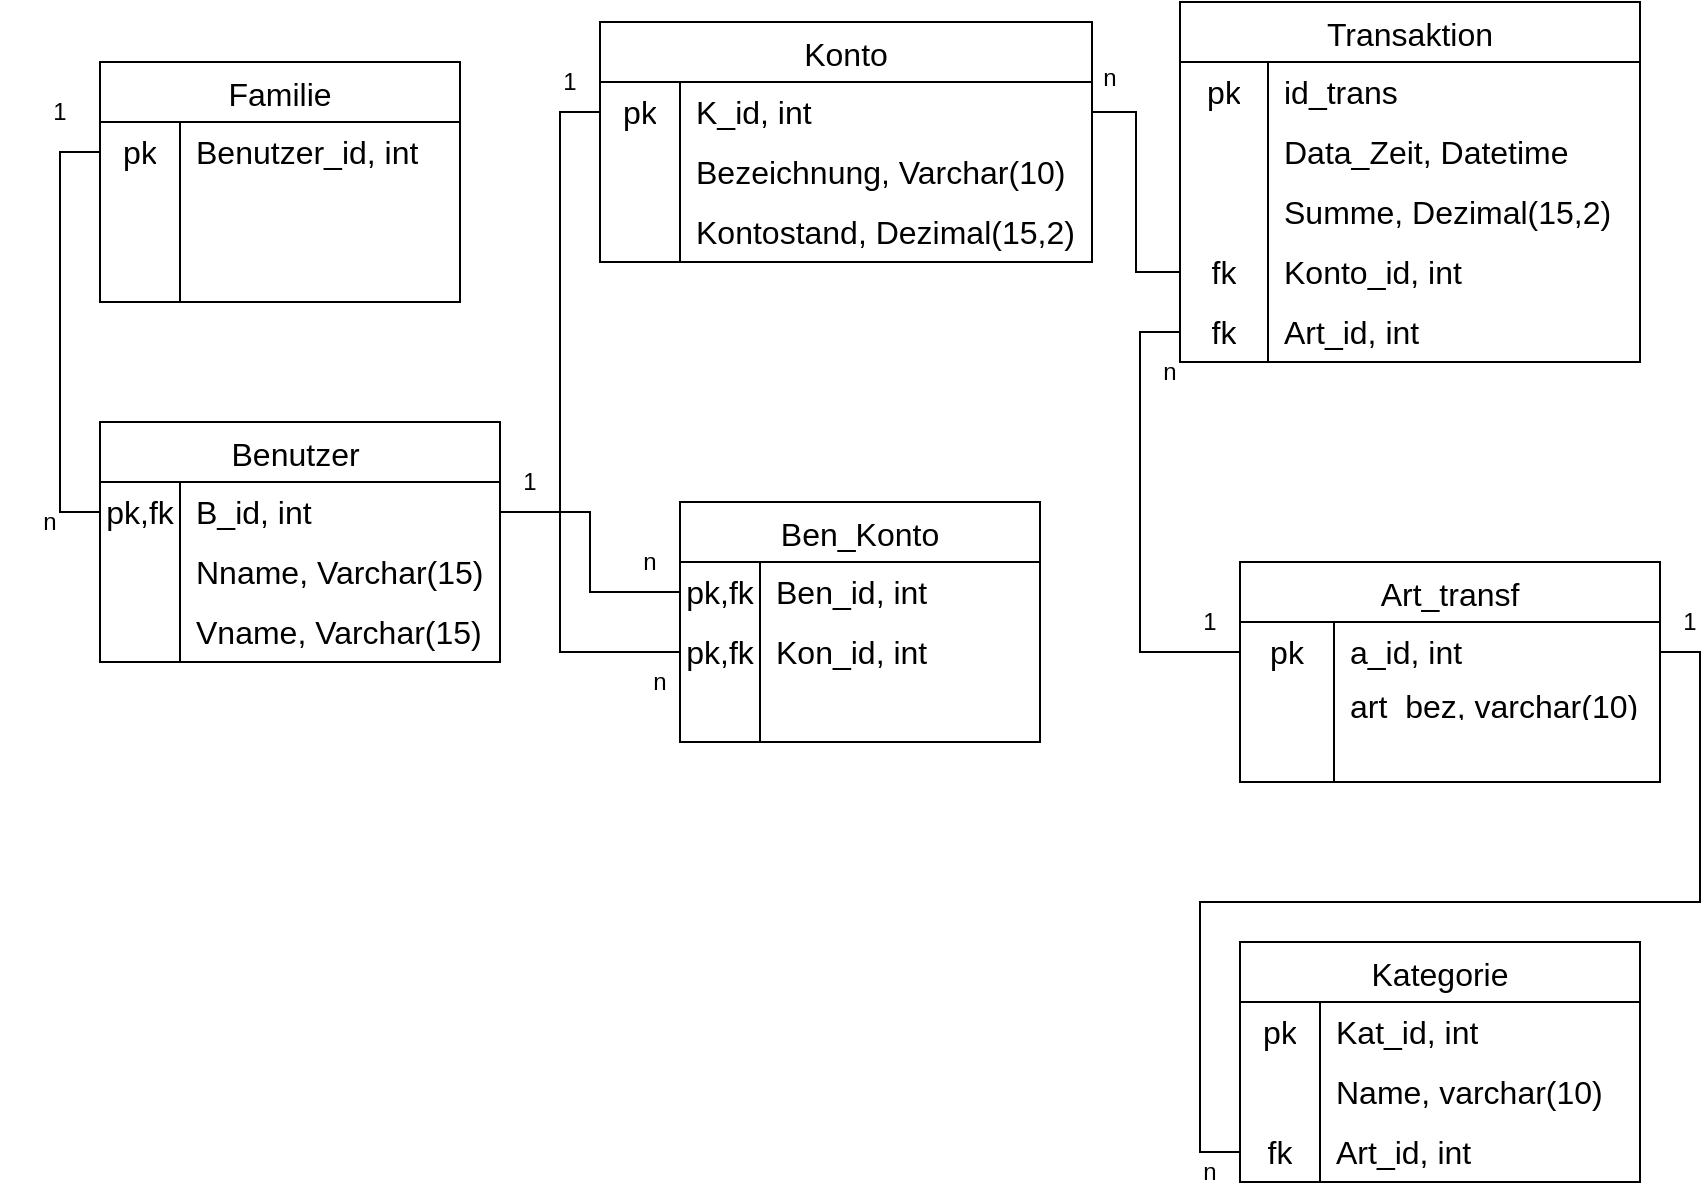
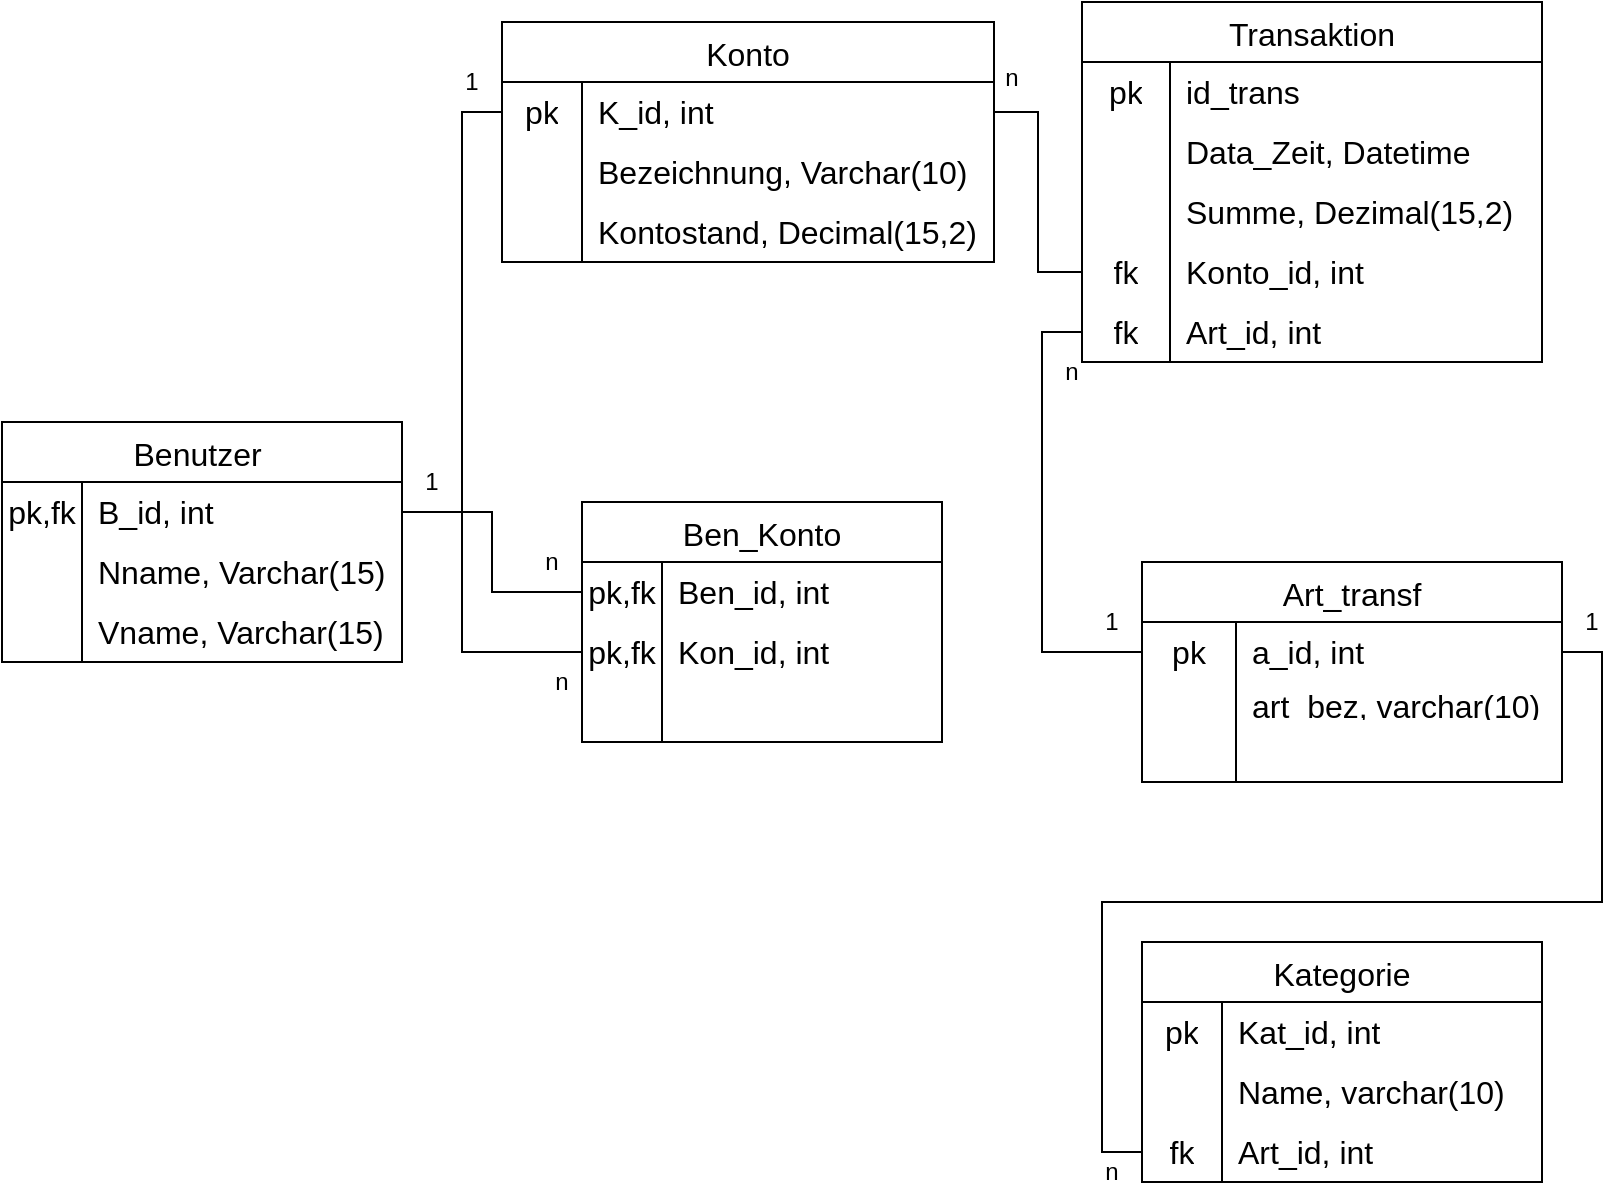
<mxfile host="app.diagrams.net">
  <diagram name="Seite-1" id="xPv2AC1nwmg8GyKB69Yi">
    <mxGraphModel dx="1537" dy="936" grid="1" gridSize="10" guides="1" tooltips="1" connect="1" arrows="1" fold="1" page="1" pageScale="1" pageWidth="827" pageHeight="1169" math="0" shadow="0">
      <root>
        <mxCell id="0" />
        <mxCell id="1" parent="0" />
-         <mxCell id="_DhCgDT5A8rUitMqF_tN-1" parent="1" style="shape=table;startSize=30;container=1;collapsible=0;childLayout=tableLayout;fixedRows=1;rowLines=0;fontStyle=0;strokeColor=default;fontSize=16;" value="Familie" vertex="1">
-           <mxGeometry height="120" width="180" x="70" y="210" as="geometry" />
-         </mxCell>
-         <mxCell id="_DhCgDT5A8rUitMqF_tN-2" parent="_DhCgDT5A8rUitMqF_tN-1" style="shape=tableRow;horizontal=0;startSize=0;swimlaneHead=0;swimlaneBody=0;top=0;left=0;bottom=0;right=0;collapsible=0;dropTarget=0;fillColor=none;points=[[0,0.5],[1,0.5]];portConstraint=eastwest;strokeColor=inherit;fontSize=16;" value="" vertex="1">
-           <mxGeometry height="30" width="180" y="30" as="geometry" />
-         </mxCell>
-         <mxCell id="_DhCgDT5A8rUitMqF_tN-3" parent="_DhCgDT5A8rUitMqF_tN-2" style="shape=partialRectangle;html=1;whiteSpace=wrap;connectable=0;fillColor=none;top=0;left=0;bottom=0;right=0;overflow=hidden;pointerEvents=1;strokeColor=inherit;fontSize=16;" value="pk" vertex="1">
-           <mxGeometry height="30" width="40" as="geometry">
-             <mxRectangle height="30" width="40" as="alternateBounds" />
-           </mxGeometry>
-         </mxCell>
-         <mxCell id="_DhCgDT5A8rUitMqF_tN-4" parent="_DhCgDT5A8rUitMqF_tN-2" style="shape=partialRectangle;html=1;whiteSpace=wrap;connectable=0;fillColor=none;top=0;left=0;bottom=0;right=0;align=left;spacingLeft=6;overflow=hidden;strokeColor=inherit;fontSize=16;" value="Benutzer_id, int" vertex="1">
-           <mxGeometry height="30" width="140" x="40" as="geometry">
-             <mxRectangle height="30" width="140" as="alternateBounds" />
-           </mxGeometry>
-         </mxCell>
-         <mxCell id="_DhCgDT5A8rUitMqF_tN-5" parent="_DhCgDT5A8rUitMqF_tN-1" style="shape=tableRow;horizontal=0;startSize=0;swimlaneHead=0;swimlaneBody=0;top=0;left=0;bottom=0;right=0;collapsible=0;dropTarget=0;fillColor=none;points=[[0,0.5],[1,0.5]];portConstraint=eastwest;strokeColor=inherit;fontSize=16;" value="" vertex="1">
-           <mxGeometry height="30" width="180" y="60" as="geometry" />
-         </mxCell>
-         <mxCell id="_DhCgDT5A8rUitMqF_tN-6" parent="_DhCgDT5A8rUitMqF_tN-5" style="shape=partialRectangle;html=1;whiteSpace=wrap;connectable=0;fillColor=none;top=0;left=0;bottom=0;right=0;overflow=hidden;strokeColor=inherit;fontSize=16;" value="" vertex="1">
-           <mxGeometry height="30" width="40" as="geometry">
-             <mxRectangle height="30" width="40" as="alternateBounds" />
-           </mxGeometry>
-         </mxCell>
-         <mxCell id="_DhCgDT5A8rUitMqF_tN-7" parent="_DhCgDT5A8rUitMqF_tN-5" style="shape=partialRectangle;html=1;whiteSpace=wrap;connectable=0;fillColor=none;top=0;left=0;bottom=0;right=0;align=left;spacingLeft=6;overflow=hidden;strokeColor=inherit;fontSize=16;" value="" vertex="1">
-           <mxGeometry height="30" width="140" x="40" as="geometry">
-             <mxRectangle height="30" width="140" as="alternateBounds" />
-           </mxGeometry>
-         </mxCell>
-         <mxCell id="_DhCgDT5A8rUitMqF_tN-8" parent="_DhCgDT5A8rUitMqF_tN-1" style="shape=tableRow;horizontal=0;startSize=0;swimlaneHead=0;swimlaneBody=0;top=0;left=0;bottom=0;right=0;collapsible=0;dropTarget=0;fillColor=none;points=[[0,0.5],[1,0.5]];portConstraint=eastwest;strokeColor=inherit;fontSize=16;" value="" vertex="1">
-           <mxGeometry height="30" width="180" y="90" as="geometry" />
-         </mxCell>
-         <mxCell id="_DhCgDT5A8rUitMqF_tN-9" parent="_DhCgDT5A8rUitMqF_tN-8" style="shape=partialRectangle;html=1;whiteSpace=wrap;connectable=0;fillColor=none;top=0;left=0;bottom=0;right=0;overflow=hidden;strokeColor=inherit;fontSize=16;" value="" vertex="1">
-           <mxGeometry height="30" width="40" as="geometry">
-             <mxRectangle height="30" width="40" as="alternateBounds" />
-           </mxGeometry>
-         </mxCell>
-         <mxCell id="_DhCgDT5A8rUitMqF_tN-10" parent="_DhCgDT5A8rUitMqF_tN-8" style="shape=partialRectangle;html=1;whiteSpace=wrap;connectable=0;fillColor=none;top=0;left=0;bottom=0;right=0;align=left;spacingLeft=6;overflow=hidden;strokeColor=inherit;fontSize=16;" value="" vertex="1">
-           <mxGeometry height="30" width="140" x="40" as="geometry">
-             <mxRectangle height="30" width="140" as="alternateBounds" />
-           </mxGeometry>
-         </mxCell>
        <mxCell id="_DhCgDT5A8rUitMqF_tN-11" parent="1" style="shape=table;startSize=30;container=1;collapsible=0;childLayout=tableLayout;fixedRows=1;rowLines=0;fontStyle=0;strokeColor=default;fontSize=16;" value="Benutzer " vertex="1">
          <mxGeometry height="120" width="200" x="70" y="390" as="geometry" />
        </mxCell>
        <mxCell id="_DhCgDT5A8rUitMqF_tN-12" parent="_DhCgDT5A8rUitMqF_tN-11" style="shape=tableRow;horizontal=0;startSize=0;swimlaneHead=0;swimlaneBody=0;top=0;left=0;bottom=0;right=0;collapsible=0;dropTarget=0;fillColor=none;points=[[0,0.5],[1,0.5]];portConstraint=eastwest;strokeColor=inherit;fontSize=16;" value="" vertex="1">
          <mxGeometry height="30" width="200" y="30" as="geometry" />
        </mxCell>
        <mxCell id="_DhCgDT5A8rUitMqF_tN-13" parent="_DhCgDT5A8rUitMqF_tN-12" style="shape=partialRectangle;html=1;whiteSpace=wrap;connectable=0;fillColor=none;top=0;left=0;bottom=0;right=0;overflow=hidden;pointerEvents=1;strokeColor=inherit;fontSize=16;" value="pk,fk" vertex="1">
          <mxGeometry height="30" width="40" as="geometry">
            <mxRectangle height="30" width="40" as="alternateBounds" />
          </mxGeometry>
        </mxCell>
        <mxCell id="_DhCgDT5A8rUitMqF_tN-14" parent="_DhCgDT5A8rUitMqF_tN-12" style="shape=partialRectangle;html=1;whiteSpace=wrap;connectable=0;fillColor=none;top=0;left=0;bottom=0;right=0;align=left;spacingLeft=6;overflow=hidden;strokeColor=inherit;fontSize=16;" value="B_id, int" vertex="1">
          <mxGeometry height="30" width="160" x="40" as="geometry">
            <mxRectangle height="30" width="160" as="alternateBounds" />
          </mxGeometry>
        </mxCell>
        <mxCell id="_DhCgDT5A8rUitMqF_tN-15" parent="_DhCgDT5A8rUitMqF_tN-11" style="shape=tableRow;horizontal=0;startSize=0;swimlaneHead=0;swimlaneBody=0;top=0;left=0;bottom=0;right=0;collapsible=0;dropTarget=0;fillColor=none;points=[[0,0.5],[1,0.5]];portConstraint=eastwest;strokeColor=inherit;fontSize=16;" value="" vertex="1">
          <mxGeometry height="30" width="200" y="60" as="geometry" />
        </mxCell>
        <mxCell id="_DhCgDT5A8rUitMqF_tN-16" parent="_DhCgDT5A8rUitMqF_tN-15" style="shape=partialRectangle;html=1;whiteSpace=wrap;connectable=0;fillColor=none;top=0;left=0;bottom=0;right=0;overflow=hidden;strokeColor=inherit;fontSize=16;" value="" vertex="1">
          <mxGeometry height="30" width="40" as="geometry">
            <mxRectangle height="30" width="40" as="alternateBounds" />
          </mxGeometry>
        </mxCell>
        <mxCell id="_DhCgDT5A8rUitMqF_tN-17" parent="_DhCgDT5A8rUitMqF_tN-15" style="shape=partialRectangle;html=1;whiteSpace=wrap;connectable=0;fillColor=none;top=0;left=0;bottom=0;right=0;align=left;spacingLeft=6;overflow=hidden;strokeColor=inherit;fontSize=16;" value="Nname, Varchar(15)" vertex="1">
          <mxGeometry height="30" width="160" x="40" as="geometry">
            <mxRectangle height="30" width="160" as="alternateBounds" />
          </mxGeometry>
        </mxCell>
        <mxCell id="_DhCgDT5A8rUitMqF_tN-18" parent="_DhCgDT5A8rUitMqF_tN-11" style="shape=tableRow;horizontal=0;startSize=0;swimlaneHead=0;swimlaneBody=0;top=0;left=0;bottom=0;right=0;collapsible=0;dropTarget=0;fillColor=none;points=[[0,0.5],[1,0.5]];portConstraint=eastwest;strokeColor=inherit;fontSize=16;" value="" vertex="1">
          <mxGeometry height="30" width="200" y="90" as="geometry" />
        </mxCell>
        <mxCell id="_DhCgDT5A8rUitMqF_tN-19" parent="_DhCgDT5A8rUitMqF_tN-18" style="shape=partialRectangle;html=1;whiteSpace=wrap;connectable=0;fillColor=none;top=0;left=0;bottom=0;right=0;overflow=hidden;strokeColor=inherit;fontSize=16;" value="" vertex="1">
          <mxGeometry height="30" width="40" as="geometry">
            <mxRectangle height="30" width="40" as="alternateBounds" />
          </mxGeometry>
        </mxCell>
        <mxCell id="_DhCgDT5A8rUitMqF_tN-20" parent="_DhCgDT5A8rUitMqF_tN-18" style="shape=partialRectangle;html=1;whiteSpace=wrap;connectable=0;fillColor=none;top=0;left=0;bottom=0;right=0;align=left;spacingLeft=6;overflow=hidden;strokeColor=inherit;fontSize=16;" value="Vname, Varchar(15)" vertex="1">
          <mxGeometry height="30" width="160" x="40" as="geometry">
            <mxRectangle height="30" width="160" as="alternateBounds" />
          </mxGeometry>
-         </mxCell>
-         <mxCell id="_DhCgDT5A8rUitMqF_tN-21" edge="1" parent="1" source="_DhCgDT5A8rUitMqF_tN-2" style="edgeStyle=orthogonalEdgeStyle;rounded=0;orthogonalLoop=1;jettySize=auto;html=1;entryX=0;entryY=0.5;entryDx=0;entryDy=0;exitX=0;exitY=0.5;exitDx=0;exitDy=0;endArrow=none;endFill=0;" target="_DhCgDT5A8rUitMqF_tN-12">
-           <mxGeometry relative="1" as="geometry" />
-         </mxCell>
-         <mxCell id="_DhCgDT5A8rUitMqF_tN-22" parent="1" style="text;html=1;whiteSpace=wrap;strokeColor=none;fillColor=none;align=center;verticalAlign=middle;rounded=0;" value="1" vertex="1">
-           <mxGeometry height="30" width="60" x="20" y="220" as="geometry" />
-         </mxCell>
-         <mxCell id="_DhCgDT5A8rUitMqF_tN-23" parent="1" style="text;html=1;whiteSpace=wrap;strokeColor=none;fillColor=none;align=center;verticalAlign=middle;rounded=0;" value="n" vertex="1">
-           <mxGeometry height="20" width="30" x="30" y="430" as="geometry" />
        </mxCell>
        <mxCell id="_DhCgDT5A8rUitMqF_tN-24" parent="1" style="shape=table;startSize=30;container=1;collapsible=0;childLayout=tableLayout;fixedRows=1;rowLines=0;fontStyle=0;strokeColor=default;fontSize=16;" value="Ben_Konto" vertex="1">
          <mxGeometry height="120" width="180" x="360" y="430" as="geometry" />
        </mxCell>
        <mxCell id="_DhCgDT5A8rUitMqF_tN-25" parent="_DhCgDT5A8rUitMqF_tN-24" style="shape=tableRow;horizontal=0;startSize=0;swimlaneHead=0;swimlaneBody=0;top=0;left=0;bottom=0;right=0;collapsible=0;dropTarget=0;fillColor=none;points=[[0,0.5],[1,0.5]];portConstraint=eastwest;strokeColor=inherit;fontSize=16;" value="" vertex="1">
          <mxGeometry height="30" width="180" y="30" as="geometry" />
        </mxCell>
        <mxCell id="_DhCgDT5A8rUitMqF_tN-26" parent="_DhCgDT5A8rUitMqF_tN-25" style="shape=partialRectangle;html=1;whiteSpace=wrap;connectable=0;fillColor=none;top=0;left=0;bottom=0;right=0;overflow=hidden;pointerEvents=1;strokeColor=inherit;fontSize=16;" value="pk,fk" vertex="1">
          <mxGeometry height="30" width="40" as="geometry">
            <mxRectangle height="30" width="40" as="alternateBounds" />
          </mxGeometry>
        </mxCell>
        <mxCell id="_DhCgDT5A8rUitMqF_tN-27" parent="_DhCgDT5A8rUitMqF_tN-25" style="shape=partialRectangle;html=1;whiteSpace=wrap;connectable=0;fillColor=none;top=0;left=0;bottom=0;right=0;align=left;spacingLeft=6;overflow=hidden;strokeColor=inherit;fontSize=16;" value="Ben_id, int" vertex="1">
          <mxGeometry height="30" width="140" x="40" as="geometry">
            <mxRectangle height="30" width="140" as="alternateBounds" />
          </mxGeometry>
        </mxCell>
        <mxCell id="_DhCgDT5A8rUitMqF_tN-28" parent="_DhCgDT5A8rUitMqF_tN-24" style="shape=tableRow;horizontal=0;startSize=0;swimlaneHead=0;swimlaneBody=0;top=0;left=0;bottom=0;right=0;collapsible=0;dropTarget=0;fillColor=none;points=[[0,0.5],[1,0.5]];portConstraint=eastwest;strokeColor=inherit;fontSize=16;" value="" vertex="1">
          <mxGeometry height="30" width="180" y="60" as="geometry" />
        </mxCell>
        <mxCell id="_DhCgDT5A8rUitMqF_tN-29" parent="_DhCgDT5A8rUitMqF_tN-28" style="shape=partialRectangle;html=1;whiteSpace=wrap;connectable=0;fillColor=none;top=0;left=0;bottom=0;right=0;overflow=hidden;strokeColor=inherit;fontSize=16;" value="pk,fk" vertex="1">
          <mxGeometry height="30" width="40" as="geometry">
            <mxRectangle height="30" width="40" as="alternateBounds" />
          </mxGeometry>
        </mxCell>
        <mxCell id="_DhCgDT5A8rUitMqF_tN-30" parent="_DhCgDT5A8rUitMqF_tN-28" style="shape=partialRectangle;html=1;whiteSpace=wrap;connectable=0;fillColor=none;top=0;left=0;bottom=0;right=0;align=left;spacingLeft=6;overflow=hidden;strokeColor=inherit;fontSize=16;" value="Kon_id, int" vertex="1">
          <mxGeometry height="30" width="140" x="40" as="geometry">
            <mxRectangle height="30" width="140" as="alternateBounds" />
          </mxGeometry>
        </mxCell>
        <mxCell id="_DhCgDT5A8rUitMqF_tN-31" parent="_DhCgDT5A8rUitMqF_tN-24" style="shape=tableRow;horizontal=0;startSize=0;swimlaneHead=0;swimlaneBody=0;top=0;left=0;bottom=0;right=0;collapsible=0;dropTarget=0;fillColor=none;points=[[0,0.5],[1,0.5]];portConstraint=eastwest;strokeColor=inherit;fontSize=16;" value="" vertex="1">
          <mxGeometry height="30" width="180" y="90" as="geometry" />
        </mxCell>
        <mxCell id="_DhCgDT5A8rUitMqF_tN-32" parent="_DhCgDT5A8rUitMqF_tN-31" style="shape=partialRectangle;html=1;whiteSpace=wrap;connectable=0;fillColor=none;top=0;left=0;bottom=0;right=0;overflow=hidden;strokeColor=inherit;fontSize=16;" value="" vertex="1">
          <mxGeometry height="30" width="40" as="geometry">
            <mxRectangle height="30" width="40" as="alternateBounds" />
          </mxGeometry>
        </mxCell>
        <mxCell id="_DhCgDT5A8rUitMqF_tN-33" parent="_DhCgDT5A8rUitMqF_tN-31" style="shape=partialRectangle;html=1;whiteSpace=wrap;connectable=0;fillColor=none;top=0;left=0;bottom=0;right=0;align=left;spacingLeft=6;overflow=hidden;strokeColor=inherit;fontSize=16;" value="" vertex="1">
          <mxGeometry height="30" width="140" x="40" as="geometry">
            <mxRectangle height="30" width="140" as="alternateBounds" />
          </mxGeometry>
        </mxCell>
        <mxCell id="_DhCgDT5A8rUitMqF_tN-34" parent="1" style="shape=table;startSize=30;container=1;collapsible=0;childLayout=tableLayout;fixedRows=1;rowLines=0;fontStyle=0;strokeColor=default;fontSize=16;" value="Konto" vertex="1">
          <mxGeometry height="120" width="246" x="320" y="190" as="geometry" />
        </mxCell>
        <mxCell id="_DhCgDT5A8rUitMqF_tN-35" parent="_DhCgDT5A8rUitMqF_tN-34" style="shape=tableRow;horizontal=0;startSize=0;swimlaneHead=0;swimlaneBody=0;top=0;left=0;bottom=0;right=0;collapsible=0;dropTarget=0;fillColor=none;points=[[0,0.5],[1,0.5]];portConstraint=eastwest;strokeColor=inherit;fontSize=16;" value="" vertex="1">
          <mxGeometry height="30" width="246" y="30" as="geometry" />
        </mxCell>
        <mxCell id="_DhCgDT5A8rUitMqF_tN-36" parent="_DhCgDT5A8rUitMqF_tN-35" style="shape=partialRectangle;html=1;whiteSpace=wrap;connectable=0;fillColor=none;top=0;left=0;bottom=0;right=0;overflow=hidden;pointerEvents=1;strokeColor=inherit;fontSize=16;" value="pk" vertex="1">
          <mxGeometry height="30" width="40" as="geometry">
            <mxRectangle height="30" width="40" as="alternateBounds" />
          </mxGeometry>
        </mxCell>
        <mxCell id="_DhCgDT5A8rUitMqF_tN-37" parent="_DhCgDT5A8rUitMqF_tN-35" style="shape=partialRectangle;html=1;whiteSpace=wrap;connectable=0;fillColor=none;top=0;left=0;bottom=0;right=0;align=left;spacingLeft=6;overflow=hidden;strokeColor=inherit;fontSize=16;" value="K_id, int" vertex="1">
          <mxGeometry height="30" width="206" x="40" as="geometry">
            <mxRectangle height="30" width="206" as="alternateBounds" />
          </mxGeometry>
        </mxCell>
        <mxCell id="_DhCgDT5A8rUitMqF_tN-38" parent="_DhCgDT5A8rUitMqF_tN-34" style="shape=tableRow;horizontal=0;startSize=0;swimlaneHead=0;swimlaneBody=0;top=0;left=0;bottom=0;right=0;collapsible=0;dropTarget=0;fillColor=none;points=[[0,0.5],[1,0.5]];portConstraint=eastwest;strokeColor=inherit;fontSize=16;" value="" vertex="1">
          <mxGeometry height="30" width="246" y="60" as="geometry" />
        </mxCell>
        <mxCell id="_DhCgDT5A8rUitMqF_tN-39" parent="_DhCgDT5A8rUitMqF_tN-38" style="shape=partialRectangle;html=1;whiteSpace=wrap;connectable=0;fillColor=none;top=0;left=0;bottom=0;right=0;overflow=hidden;strokeColor=inherit;fontSize=16;" value="" vertex="1">
          <mxGeometry height="30" width="40" as="geometry">
            <mxRectangle height="30" width="40" as="alternateBounds" />
          </mxGeometry>
        </mxCell>
        <mxCell id="_DhCgDT5A8rUitMqF_tN-40" parent="_DhCgDT5A8rUitMqF_tN-38" style="shape=partialRectangle;html=1;whiteSpace=wrap;connectable=0;fillColor=none;top=0;left=0;bottom=0;right=0;align=left;spacingLeft=6;overflow=hidden;strokeColor=inherit;fontSize=16;" value="Bezeichnung, Varchar(10)" vertex="1">
          <mxGeometry height="30" width="206" x="40" as="geometry">
            <mxRectangle height="30" width="206" as="alternateBounds" />
          </mxGeometry>
        </mxCell>
        <mxCell id="_DhCgDT5A8rUitMqF_tN-41" parent="_DhCgDT5A8rUitMqF_tN-34" style="shape=tableRow;horizontal=0;startSize=0;swimlaneHead=0;swimlaneBody=0;top=0;left=0;bottom=0;right=0;collapsible=0;dropTarget=0;fillColor=none;points=[[0,0.5],[1,0.5]];portConstraint=eastwest;strokeColor=inherit;fontSize=16;" value="" vertex="1">
          <mxGeometry height="30" width="246" y="90" as="geometry" />
        </mxCell>
        <mxCell id="_DhCgDT5A8rUitMqF_tN-42" parent="_DhCgDT5A8rUitMqF_tN-41" style="shape=partialRectangle;html=1;whiteSpace=wrap;connectable=0;fillColor=none;top=0;left=0;bottom=0;right=0;overflow=hidden;strokeColor=inherit;fontSize=16;" value="" vertex="1">
          <mxGeometry height="30" width="40" as="geometry">
            <mxRectangle height="30" width="40" as="alternateBounds" />
          </mxGeometry>
        </mxCell>
-         <mxCell id="_DhCgDT5A8rUitMqF_tN-43" parent="_DhCgDT5A8rUitMqF_tN-41" style="shape=partialRectangle;html=1;whiteSpace=wrap;connectable=0;fillColor=none;top=0;left=0;bottom=0;right=0;align=left;spacingLeft=6;overflow=hidden;strokeColor=inherit;fontSize=16;" value="Kontostand, Dezimal(15,2)" vertex="1">
+         <mxCell id="_DhCgDT5A8rUitMqF_tN-43" parent="_DhCgDT5A8rUitMqF_tN-41" style="shape=partialRectangle;html=1;whiteSpace=wrap;connectable=0;fillColor=none;top=0;left=0;bottom=0;right=0;align=left;spacingLeft=6;overflow=hidden;strokeColor=inherit;fontSize=16;" value="Kontostand, Decimal(15,2)" vertex="1">
          <mxGeometry height="30" width="206" x="40" as="geometry">
            <mxRectangle height="30" width="206" as="alternateBounds" />
          </mxGeometry>
        </mxCell>
        <mxCell id="_DhCgDT5A8rUitMqF_tN-44" edge="1" parent="1" source="_DhCgDT5A8rUitMqF_tN-12" style="edgeStyle=orthogonalEdgeStyle;rounded=0;orthogonalLoop=1;jettySize=auto;html=1;exitX=1;exitY=0.5;exitDx=0;exitDy=0;entryX=0;entryY=0.5;entryDx=0;entryDy=0;endArrow=none;endFill=0;" target="_DhCgDT5A8rUitMqF_tN-25">
          <mxGeometry relative="1" as="geometry" />
        </mxCell>
        <mxCell id="_DhCgDT5A8rUitMqF_tN-45" parent="1" style="text;html=1;whiteSpace=wrap;strokeColor=none;fillColor=none;align=center;verticalAlign=middle;rounded=0;" value="1" vertex="1">
          <mxGeometry height="20" width="30" x="270" y="410" as="geometry" />
        </mxCell>
        <mxCell id="_DhCgDT5A8rUitMqF_tN-46" parent="1" style="text;html=1;whiteSpace=wrap;strokeColor=none;fillColor=none;align=center;verticalAlign=middle;rounded=0;" value="n" vertex="1">
          <mxGeometry height="20" width="30" x="330" y="450" as="geometry" />
        </mxCell>
        <mxCell id="_DhCgDT5A8rUitMqF_tN-47" parent="1" style="text;html=1;whiteSpace=wrap;strokeColor=none;fillColor=none;align=center;verticalAlign=middle;rounded=0;" value="n" vertex="1">
          <mxGeometry height="15" width="30" x="560" y="210" as="geometry" />
        </mxCell>
        <mxCell id="_DhCgDT5A8rUitMqF_tN-48" parent="1" style="shape=table;startSize=30;container=1;collapsible=0;childLayout=tableLayout;fixedRows=1;rowLines=0;fontStyle=0;strokeColor=default;fontSize=16;" value="Transaktion" vertex="1">
          <mxGeometry height="180" width="230" x="610" y="180" as="geometry" />
        </mxCell>
        <mxCell id="_DhCgDT5A8rUitMqF_tN-49" parent="_DhCgDT5A8rUitMqF_tN-48" style="shape=tableRow;horizontal=0;startSize=0;swimlaneHead=0;swimlaneBody=0;top=0;left=0;bottom=0;right=0;collapsible=0;dropTarget=0;fillColor=none;points=[[0,0.5],[1,0.5]];portConstraint=eastwest;strokeColor=inherit;fontSize=16;" value="" vertex="1">
          <mxGeometry height="30" width="230" y="30" as="geometry" />
        </mxCell>
        <mxCell id="_DhCgDT5A8rUitMqF_tN-50" parent="_DhCgDT5A8rUitMqF_tN-49" style="shape=partialRectangle;html=1;whiteSpace=wrap;connectable=0;fillColor=none;top=0;left=0;bottom=0;right=0;overflow=hidden;pointerEvents=1;strokeColor=inherit;fontSize=16;" value="pk" vertex="1">
          <mxGeometry height="30" width="44" as="geometry">
            <mxRectangle height="30" width="44" as="alternateBounds" />
          </mxGeometry>
        </mxCell>
        <mxCell id="_DhCgDT5A8rUitMqF_tN-51" parent="_DhCgDT5A8rUitMqF_tN-49" style="shape=partialRectangle;html=1;whiteSpace=wrap;connectable=0;fillColor=none;top=0;left=0;bottom=0;right=0;align=left;spacingLeft=6;overflow=hidden;strokeColor=inherit;fontSize=16;" value="id_trans" vertex="1">
          <mxGeometry height="30" width="186" x="44" as="geometry">
            <mxRectangle height="30" width="186" as="alternateBounds" />
          </mxGeometry>
        </mxCell>
        <mxCell id="_DhCgDT5A8rUitMqF_tN-52" parent="_DhCgDT5A8rUitMqF_tN-48" style="shape=tableRow;horizontal=0;startSize=0;swimlaneHead=0;swimlaneBody=0;top=0;left=0;bottom=0;right=0;collapsible=0;dropTarget=0;fillColor=none;points=[[0,0.5],[1,0.5]];portConstraint=eastwest;strokeColor=inherit;fontSize=16;" value="" vertex="1">
          <mxGeometry height="30" width="230" y="60" as="geometry" />
        </mxCell>
        <mxCell id="_DhCgDT5A8rUitMqF_tN-53" parent="_DhCgDT5A8rUitMqF_tN-52" style="shape=partialRectangle;html=1;whiteSpace=wrap;connectable=0;fillColor=none;top=0;left=0;bottom=0;right=0;overflow=hidden;strokeColor=inherit;fontSize=16;" value="" vertex="1">
          <mxGeometry height="30" width="44" as="geometry">
            <mxRectangle height="30" width="44" as="alternateBounds" />
          </mxGeometry>
        </mxCell>
        <mxCell id="_DhCgDT5A8rUitMqF_tN-54" parent="_DhCgDT5A8rUitMqF_tN-52" style="shape=partialRectangle;html=1;whiteSpace=wrap;connectable=0;fillColor=none;top=0;left=0;bottom=0;right=0;align=left;spacingLeft=6;overflow=hidden;strokeColor=inherit;fontSize=16;" value="Data_Zeit, Datetime" vertex="1">
          <mxGeometry height="30" width="186" x="44" as="geometry">
            <mxRectangle height="30" width="186" as="alternateBounds" />
          </mxGeometry>
        </mxCell>
        <mxCell id="_DhCgDT5A8rUitMqF_tN-55" parent="_DhCgDT5A8rUitMqF_tN-48" style="shape=tableRow;horizontal=0;startSize=0;swimlaneHead=0;swimlaneBody=0;top=0;left=0;bottom=0;right=0;collapsible=0;dropTarget=0;fillColor=none;points=[[0,0.5],[1,0.5]];portConstraint=eastwest;strokeColor=inherit;fontSize=16;" value="" vertex="1">
          <mxGeometry height="30" width="230" y="90" as="geometry" />
        </mxCell>
        <mxCell id="_DhCgDT5A8rUitMqF_tN-56" parent="_DhCgDT5A8rUitMqF_tN-55" style="shape=partialRectangle;html=1;whiteSpace=wrap;connectable=0;fillColor=none;top=0;left=0;bottom=0;right=0;overflow=hidden;strokeColor=inherit;fontSize=16;" value="" vertex="1">
          <mxGeometry height="30" width="44" as="geometry">
            <mxRectangle height="30" width="44" as="alternateBounds" />
          </mxGeometry>
        </mxCell>
        <mxCell id="_DhCgDT5A8rUitMqF_tN-57" parent="_DhCgDT5A8rUitMqF_tN-55" style="shape=partialRectangle;html=1;whiteSpace=wrap;connectable=0;fillColor=none;top=0;left=0;bottom=0;right=0;align=left;spacingLeft=6;overflow=hidden;strokeColor=inherit;fontSize=16;" value="Summe, Dezimal(15,2)" vertex="1">
          <mxGeometry height="30" width="186" x="44" as="geometry">
            <mxRectangle height="30" width="186" as="alternateBounds" />
          </mxGeometry>
        </mxCell>
        <mxCell id="_DhCgDT5A8rUitMqF_tN-58" parent="_DhCgDT5A8rUitMqF_tN-48" style="shape=tableRow;horizontal=0;startSize=0;swimlaneHead=0;swimlaneBody=0;top=0;left=0;bottom=0;right=0;collapsible=0;dropTarget=0;fillColor=none;points=[[0,0.5],[1,0.5]];portConstraint=eastwest;strokeColor=inherit;fontSize=16;" vertex="1">
          <mxGeometry height="30" width="230" y="120" as="geometry" />
        </mxCell>
        <mxCell id="_DhCgDT5A8rUitMqF_tN-59" parent="_DhCgDT5A8rUitMqF_tN-58" style="shape=partialRectangle;html=1;whiteSpace=wrap;connectable=0;fillColor=none;top=0;left=0;bottom=0;right=0;overflow=hidden;strokeColor=inherit;fontSize=16;" value="fk" vertex="1">
          <mxGeometry height="30" width="44" as="geometry">
            <mxRectangle height="30" width="44" as="alternateBounds" />
          </mxGeometry>
        </mxCell>
        <mxCell id="_DhCgDT5A8rUitMqF_tN-60" parent="_DhCgDT5A8rUitMqF_tN-58" style="shape=partialRectangle;html=1;whiteSpace=wrap;connectable=0;fillColor=none;top=0;left=0;bottom=0;right=0;align=left;spacingLeft=6;overflow=hidden;strokeColor=inherit;fontSize=16;" value="Konto_id, int" vertex="1">
          <mxGeometry height="30" width="186" x="44" as="geometry">
            <mxRectangle height="30" width="186" as="alternateBounds" />
          </mxGeometry>
        </mxCell>
        <mxCell id="_DhCgDT5A8rUitMqF_tN-61" parent="_DhCgDT5A8rUitMqF_tN-48" style="shape=tableRow;horizontal=0;startSize=0;swimlaneHead=0;swimlaneBody=0;top=0;left=0;bottom=0;right=0;collapsible=0;dropTarget=0;fillColor=none;points=[[0,0.5],[1,0.5]];portConstraint=eastwest;strokeColor=inherit;fontSize=16;" vertex="1">
          <mxGeometry height="30" width="230" y="150" as="geometry" />
        </mxCell>
        <mxCell id="_DhCgDT5A8rUitMqF_tN-62" parent="_DhCgDT5A8rUitMqF_tN-61" style="shape=partialRectangle;html=1;whiteSpace=wrap;connectable=0;fillColor=none;top=0;left=0;bottom=0;right=0;overflow=hidden;strokeColor=inherit;fontSize=16;" value="fk" vertex="1">
          <mxGeometry height="30" width="44" as="geometry">
            <mxRectangle height="30" width="44" as="alternateBounds" />
          </mxGeometry>
        </mxCell>
        <mxCell id="_DhCgDT5A8rUitMqF_tN-63" parent="_DhCgDT5A8rUitMqF_tN-61" style="shape=partialRectangle;html=1;whiteSpace=wrap;connectable=0;fillColor=none;top=0;left=0;bottom=0;right=0;align=left;spacingLeft=6;overflow=hidden;strokeColor=inherit;fontSize=16;" value="Art_id, int" vertex="1">
          <mxGeometry height="30" width="186" x="44" as="geometry">
            <mxRectangle height="30" width="186" as="alternateBounds" />
          </mxGeometry>
        </mxCell>
        <mxCell id="_DhCgDT5A8rUitMqF_tN-64" edge="1" parent="1" source="_DhCgDT5A8rUitMqF_tN-28" style="edgeStyle=orthogonalEdgeStyle;rounded=0;orthogonalLoop=1;jettySize=auto;html=1;exitX=0;exitY=0.5;exitDx=0;exitDy=0;entryX=0;entryY=0.5;entryDx=0;entryDy=0;endArrow=none;endFill=0;" target="_DhCgDT5A8rUitMqF_tN-35">
          <mxGeometry relative="1" as="geometry" />
        </mxCell>
        <mxCell id="_DhCgDT5A8rUitMqF_tN-65" parent="1" style="text;html=1;whiteSpace=wrap;strokeColor=none;fillColor=none;align=center;verticalAlign=middle;rounded=0;" value="n" vertex="1">
          <mxGeometry height="20" width="20" x="340" y="510" as="geometry" />
        </mxCell>
        <mxCell id="_DhCgDT5A8rUitMqF_tN-66" parent="1" style="text;html=1;whiteSpace=wrap;strokeColor=none;fillColor=none;align=center;verticalAlign=middle;rounded=0;" value="1" vertex="1">
          <mxGeometry height="20" width="30" x="290" y="210" as="geometry" />
        </mxCell>
        <mxCell id="_DhCgDT5A8rUitMqF_tN-67" edge="1" parent="1" source="_DhCgDT5A8rUitMqF_tN-58" style="edgeStyle=orthogonalEdgeStyle;rounded=0;orthogonalLoop=1;jettySize=auto;html=1;exitX=0;exitY=0.5;exitDx=0;exitDy=0;entryX=1;entryY=0.5;entryDx=0;entryDy=0;endArrow=none;endFill=0;" target="_DhCgDT5A8rUitMqF_tN-35">
          <mxGeometry relative="1" as="geometry">
            <mxPoint x="660" y="510" as="targetPoint" />
          </mxGeometry>
        </mxCell>
        <mxCell id="_DhCgDT5A8rUitMqF_tN-68" parent="1" style="shape=table;startSize=30;container=1;collapsible=0;childLayout=tableLayout;fixedRows=1;rowLines=0;fontStyle=0;strokeColor=default;fontSize=16;" value="Art_transf" vertex="1">
          <mxGeometry height="110" width="210" x="640" y="460" as="geometry" />
        </mxCell>
        <mxCell id="_DhCgDT5A8rUitMqF_tN-69" parent="_DhCgDT5A8rUitMqF_tN-68" style="shape=tableRow;horizontal=0;startSize=0;swimlaneHead=0;swimlaneBody=0;top=0;left=0;bottom=0;right=0;collapsible=0;dropTarget=0;fillColor=none;points=[[0,0.5],[1,0.5]];portConstraint=eastwest;strokeColor=inherit;fontSize=16;" value="" vertex="1">
          <mxGeometry height="30" width="210" y="30" as="geometry" />
        </mxCell>
        <mxCell id="_DhCgDT5A8rUitMqF_tN-70" parent="_DhCgDT5A8rUitMqF_tN-69" style="shape=partialRectangle;html=1;whiteSpace=wrap;connectable=0;fillColor=none;top=0;left=0;bottom=0;right=0;overflow=hidden;pointerEvents=1;strokeColor=inherit;fontSize=16;" value="pk" vertex="1">
          <mxGeometry height="30" width="47" as="geometry">
            <mxRectangle height="30" width="47" as="alternateBounds" />
          </mxGeometry>
        </mxCell>
        <mxCell id="_DhCgDT5A8rUitMqF_tN-71" parent="_DhCgDT5A8rUitMqF_tN-69" style="shape=partialRectangle;html=1;whiteSpace=wrap;connectable=0;fillColor=none;top=0;left=0;bottom=0;right=0;align=left;spacingLeft=6;overflow=hidden;strokeColor=inherit;fontSize=16;" value="a_id, int" vertex="1">
          <mxGeometry height="30" width="163" x="47" as="geometry">
            <mxRectangle height="30" width="163" as="alternateBounds" />
          </mxGeometry>
        </mxCell>
        <mxCell id="_DhCgDT5A8rUitMqF_tN-72" parent="_DhCgDT5A8rUitMqF_tN-68" style="shape=tableRow;horizontal=0;startSize=0;swimlaneHead=0;swimlaneBody=0;top=0;left=0;bottom=0;right=0;collapsible=0;dropTarget=0;fillColor=none;points=[[0,0.5],[1,0.5]];portConstraint=eastwest;strokeColor=inherit;fontSize=16;" value="" vertex="1">
          <mxGeometry height="20" width="210" y="60" as="geometry" />
        </mxCell>
        <mxCell id="_DhCgDT5A8rUitMqF_tN-73" parent="_DhCgDT5A8rUitMqF_tN-72" style="shape=partialRectangle;html=1;whiteSpace=wrap;connectable=0;fillColor=none;top=0;left=0;bottom=0;right=0;overflow=hidden;strokeColor=inherit;fontSize=16;" value="" vertex="1">
          <mxGeometry height="20" width="47" as="geometry">
            <mxRectangle height="20" width="47" as="alternateBounds" />
          </mxGeometry>
        </mxCell>
        <mxCell id="_DhCgDT5A8rUitMqF_tN-74" parent="_DhCgDT5A8rUitMqF_tN-72" style="shape=partialRectangle;html=1;whiteSpace=wrap;connectable=0;fillColor=none;top=0;left=0;bottom=0;right=0;align=left;spacingLeft=6;overflow=hidden;strokeColor=inherit;fontSize=16;" value="art_bez, varchar(10)" vertex="1">
          <mxGeometry height="20" width="163" x="47" as="geometry">
            <mxRectangle height="20" width="163" as="alternateBounds" />
          </mxGeometry>
        </mxCell>
        <mxCell id="_DhCgDT5A8rUitMqF_tN-75" parent="_DhCgDT5A8rUitMqF_tN-68" style="shape=tableRow;horizontal=0;startSize=0;swimlaneHead=0;swimlaneBody=0;top=0;left=0;bottom=0;right=0;collapsible=0;dropTarget=0;fillColor=none;points=[[0,0.5],[1,0.5]];portConstraint=eastwest;strokeColor=inherit;fontSize=16;" value="" vertex="1">
          <mxGeometry height="30" width="210" y="80" as="geometry" />
        </mxCell>
        <mxCell id="_DhCgDT5A8rUitMqF_tN-76" parent="_DhCgDT5A8rUitMqF_tN-75" style="shape=partialRectangle;html=1;whiteSpace=wrap;connectable=0;fillColor=none;top=0;left=0;bottom=0;right=0;overflow=hidden;strokeColor=inherit;fontSize=16;" value="" vertex="1">
          <mxGeometry height="30" width="47" as="geometry">
            <mxRectangle height="30" width="47" as="alternateBounds" />
          </mxGeometry>
        </mxCell>
        <mxCell id="_DhCgDT5A8rUitMqF_tN-77" parent="_DhCgDT5A8rUitMqF_tN-75" style="shape=partialRectangle;html=1;whiteSpace=wrap;connectable=0;fillColor=none;top=0;left=0;bottom=0;right=0;align=left;spacingLeft=6;overflow=hidden;strokeColor=inherit;fontSize=16;" value="" vertex="1">
          <mxGeometry height="30" width="163" x="47" as="geometry">
            <mxRectangle height="30" width="163" as="alternateBounds" />
          </mxGeometry>
        </mxCell>
        <mxCell id="_DhCgDT5A8rUitMqF_tN-78" edge="1" parent="1" source="_DhCgDT5A8rUitMqF_tN-61" style="edgeStyle=orthogonalEdgeStyle;rounded=0;orthogonalLoop=1;jettySize=auto;html=1;exitX=0;exitY=0.5;exitDx=0;exitDy=0;entryX=0;entryY=0.5;entryDx=0;entryDy=0;endArrow=none;endFill=0;" target="_DhCgDT5A8rUitMqF_tN-69">
          <mxGeometry relative="1" as="geometry" />
        </mxCell>
        <mxCell id="_DhCgDT5A8rUitMqF_tN-79" parent="1" style="text;html=1;whiteSpace=wrap;strokeColor=none;fillColor=none;align=center;verticalAlign=middle;rounded=0;" value="1" vertex="1">
          <mxGeometry height="20" width="30" x="610" y="480" as="geometry" />
        </mxCell>
        <mxCell id="_DhCgDT5A8rUitMqF_tN-80" parent="1" style="text;html=1;whiteSpace=wrap;strokeColor=none;fillColor=none;align=center;verticalAlign=middle;rounded=0;" value="n" vertex="1">
          <mxGeometry height="30" width="30" x="590" y="350" as="geometry" />
        </mxCell>
        <mxCell id="_DhCgDT5A8rUitMqF_tN-81" parent="1" style="shape=table;startSize=30;container=1;collapsible=0;childLayout=tableLayout;fixedRows=1;rowLines=0;fontStyle=0;strokeColor=default;fontSize=16;" value="Kategorie" vertex="1">
          <mxGeometry height="120" width="200" x="640" y="650" as="geometry" />
        </mxCell>
        <mxCell id="_DhCgDT5A8rUitMqF_tN-82" parent="_DhCgDT5A8rUitMqF_tN-81" style="shape=tableRow;horizontal=0;startSize=0;swimlaneHead=0;swimlaneBody=0;top=0;left=0;bottom=0;right=0;collapsible=0;dropTarget=0;fillColor=none;points=[[0,0.5],[1,0.5]];portConstraint=eastwest;strokeColor=inherit;fontSize=16;" value="" vertex="1">
          <mxGeometry height="30" width="200" y="30" as="geometry" />
        </mxCell>
        <mxCell id="_DhCgDT5A8rUitMqF_tN-83" parent="_DhCgDT5A8rUitMqF_tN-82" style="shape=partialRectangle;html=1;whiteSpace=wrap;connectable=0;fillColor=none;top=0;left=0;bottom=0;right=0;overflow=hidden;pointerEvents=1;strokeColor=inherit;fontSize=16;" value="pk" vertex="1">
          <mxGeometry height="30" width="40" as="geometry">
            <mxRectangle height="30" width="40" as="alternateBounds" />
          </mxGeometry>
        </mxCell>
        <mxCell id="_DhCgDT5A8rUitMqF_tN-84" parent="_DhCgDT5A8rUitMqF_tN-82" style="shape=partialRectangle;html=1;whiteSpace=wrap;connectable=0;fillColor=none;top=0;left=0;bottom=0;right=0;align=left;spacingLeft=6;overflow=hidden;strokeColor=inherit;fontSize=16;" value="Kat_id, int" vertex="1">
          <mxGeometry height="30" width="160" x="40" as="geometry">
            <mxRectangle height="30" width="160" as="alternateBounds" />
          </mxGeometry>
        </mxCell>
        <mxCell id="_DhCgDT5A8rUitMqF_tN-85" parent="_DhCgDT5A8rUitMqF_tN-81" style="shape=tableRow;horizontal=0;startSize=0;swimlaneHead=0;swimlaneBody=0;top=0;left=0;bottom=0;right=0;collapsible=0;dropTarget=0;fillColor=none;points=[[0,0.5],[1,0.5]];portConstraint=eastwest;strokeColor=inherit;fontSize=16;" value="" vertex="1">
          <mxGeometry height="30" width="200" y="60" as="geometry" />
        </mxCell>
        <mxCell id="_DhCgDT5A8rUitMqF_tN-86" parent="_DhCgDT5A8rUitMqF_tN-85" style="shape=partialRectangle;html=1;whiteSpace=wrap;connectable=0;fillColor=none;top=0;left=0;bottom=0;right=0;overflow=hidden;strokeColor=inherit;fontSize=16;" value="" vertex="1">
          <mxGeometry height="30" width="40" as="geometry">
            <mxRectangle height="30" width="40" as="alternateBounds" />
          </mxGeometry>
        </mxCell>
        <mxCell id="_DhCgDT5A8rUitMqF_tN-87" parent="_DhCgDT5A8rUitMqF_tN-85" style="shape=partialRectangle;html=1;whiteSpace=wrap;connectable=0;fillColor=none;top=0;left=0;bottom=0;right=0;align=left;spacingLeft=6;overflow=hidden;strokeColor=inherit;fontSize=16;" value="Name, varchar(10)" vertex="1">
          <mxGeometry height="30" width="160" x="40" as="geometry">
            <mxRectangle height="30" width="160" as="alternateBounds" />
          </mxGeometry>
        </mxCell>
        <mxCell id="_DhCgDT5A8rUitMqF_tN-88" parent="_DhCgDT5A8rUitMqF_tN-81" style="shape=tableRow;horizontal=0;startSize=0;swimlaneHead=0;swimlaneBody=0;top=0;left=0;bottom=0;right=0;collapsible=0;dropTarget=0;fillColor=none;points=[[0,0.5],[1,0.5]];portConstraint=eastwest;strokeColor=inherit;fontSize=16;" value="" vertex="1">
          <mxGeometry height="30" width="200" y="90" as="geometry" />
        </mxCell>
        <mxCell id="_DhCgDT5A8rUitMqF_tN-89" parent="_DhCgDT5A8rUitMqF_tN-88" style="shape=partialRectangle;html=1;whiteSpace=wrap;connectable=0;fillColor=none;top=0;left=0;bottom=0;right=0;overflow=hidden;strokeColor=inherit;fontSize=16;" value="fk" vertex="1">
          <mxGeometry height="30" width="40" as="geometry">
            <mxRectangle height="30" width="40" as="alternateBounds" />
          </mxGeometry>
        </mxCell>
        <mxCell id="_DhCgDT5A8rUitMqF_tN-90" parent="_DhCgDT5A8rUitMqF_tN-88" style="shape=partialRectangle;html=1;whiteSpace=wrap;connectable=0;fillColor=none;top=0;left=0;bottom=0;right=0;align=left;spacingLeft=6;overflow=hidden;strokeColor=inherit;fontSize=16;" value="Art_id, int" vertex="1">
          <mxGeometry height="30" width="160" x="40" as="geometry">
            <mxRectangle height="30" width="160" as="alternateBounds" />
          </mxGeometry>
        </mxCell>
        <mxCell id="_DhCgDT5A8rUitMqF_tN-91" edge="1" parent="1" source="_DhCgDT5A8rUitMqF_tN-88" style="edgeStyle=orthogonalEdgeStyle;rounded=0;orthogonalLoop=1;jettySize=auto;html=1;exitX=0;exitY=0.5;exitDx=0;exitDy=0;entryX=1;entryY=0.5;entryDx=0;entryDy=0;endArrow=none;endFill=0;" target="_DhCgDT5A8rUitMqF_tN-69">
          <mxGeometry relative="1" as="geometry" />
        </mxCell>
        <mxCell id="_DhCgDT5A8rUitMqF_tN-92" parent="1" style="text;html=1;whiteSpace=wrap;strokeColor=none;fillColor=none;align=center;verticalAlign=middle;rounded=0;" value="n" vertex="1">
          <mxGeometry height="30" width="30" x="610" y="750" as="geometry" />
        </mxCell>
        <mxCell id="_DhCgDT5A8rUitMqF_tN-93" parent="1" style="text;html=1;whiteSpace=wrap;strokeColor=none;fillColor=none;align=center;verticalAlign=middle;rounded=0;" value="1" vertex="1">
          <mxGeometry height="20" width="10" x="860" y="480" as="geometry" />
        </mxCell>
      </root>
    </mxGraphModel>
  </diagram>
</mxfile>
